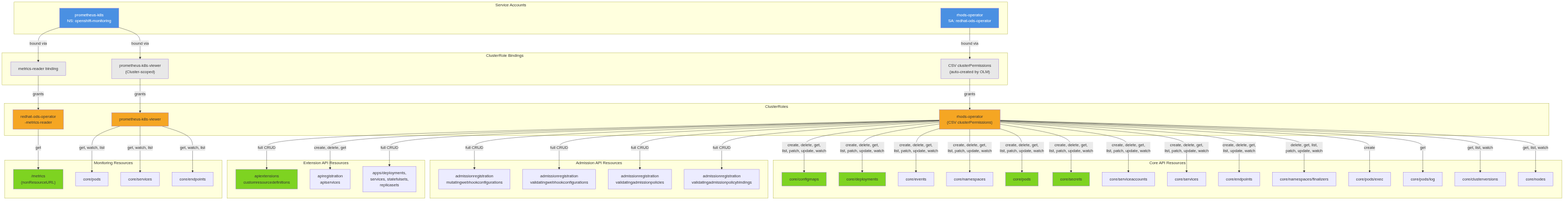
This is architecture/rhoai-3.4-ea.2/diagrams/rhoai-build-config-rbac.png from rhuss/architecture-context, a Mermaid export, as it was before one commit. Its source is kept beside it as architecture/rhoai-3.4-ea.2/diagrams/rhoai-build-config-rbac.mmd. The source it was exported from:
```mermaid

graph TD
    subgraph ServiceAccounts["Service Accounts"]
        SA_Operator["rhods-operator<br/>SA: redhat-ods-operator"]
        SA_Prometheus["prometheus-k8s<br/>NS: openshift-monitoring"]
    end

    subgraph ClusterRoleBindings["ClusterRole Bindings"]
        CRB_CSV["CSV clusterPermissions<br/>(auto-created by OLM)"]
        CRB_Prometheus["prometheus-k8s-viewer<br/>(Cluster-scoped)"]
        CRB_Metrics["metrics-reader binding"]
    end

    subgraph ClusterRoles["ClusterRoles"]
        CR_Operator["rhods-operator<br/>(CSV clusterPermissions)"]
        CR_PrometheusViewer["prometheus-k8s-viewer"]
        CR_MetricsReader["redhat-ods-operator<br/>-metrics-reader"]
    end

    subgraph CoreResources["Core API Resources"]
        ConfigMaps["core/configmaps"]
        Deployments_Core["core/deployments"]
        Events["core/events"]
        Namespaces["core/namespaces"]
        Pods["core/pods"]
        Secrets["core/secrets"]
        ServiceAccounts_Res["core/serviceaccounts"]
        Services_Res["core/services"]
        Endpoints["core/endpoints"]
        NSFinalizers["core/namespaces/finalizers"]
        PodsExec["core/pods/exec"]
        PodsLog["core/pods/log"]
        ClusterVersions["core/clusterversions"]
        Nodes["core/nodes"]
    end

    subgraph AdmissionResources["Admission API Resources"]
        MutatingWH["admissionregistration<br/>mutatingwebhookconfigurations"]
        ValidatingWH["admissionregistration<br/>validatingwebhookconfigurations"]
        ValidatingAP["admissionregistration<br/>validatingadmissionpolicies"]
        ValidatingAPB["admissionregistration<br/>validatingadmissionpolicybindings"]
    end

    subgraph ExtensionResources["Extension API Resources"]
        CRDRes["apiextensions<br/>customresourcedefinitions"]
        APIServices["apiregistration<br/>apiservices"]
        AppsDeployments["apps/deployments,<br/>services, statefulsets,<br/>replicasets"]
    end

    subgraph MonitoringResources["Monitoring Resources"]
        MetricsEndpoint["/metrics<br/>(nonResourceURL)"]
        MonPods["core/pods"]
        MonServices["core/services"]
        MonEndpoints["core/endpoints"]
    end

    SA_Operator -->|"bound via"| CRB_CSV
    CRB_CSV -->|"grants"| CR_Operator

    CR_Operator -->|"create, delete, get,<br/>list, patch, update, watch"| ConfigMaps
    CR_Operator -->|"create, delete, get,<br/>list, patch, update, watch"| Deployments_Core
    CR_Operator -->|"create, delete, get,<br/>list, patch, update, watch"| Events
    CR_Operator -->|"create, delete, get,<br/>list, patch, update, watch"| Namespaces
    CR_Operator -->|"create, delete, get,<br/>list, patch, update, watch"| Pods
    CR_Operator -->|"create, delete, get,<br/>list, patch, update, watch"| Secrets
    CR_Operator -->|"create, delete, get,<br/>list, patch, update, watch"| ServiceAccounts_Res
    CR_Operator -->|"create, delete, get,<br/>list, patch, update, watch"| Services_Res

    CR_Operator -->|"get, list, watch"| ClusterVersions
    CR_Operator -->|"get, list, watch"| Nodes
    CR_Operator -->|"create, delete, get,<br/>list, update, watch"| Endpoints
    CR_Operator -->|"delete, get, list,<br/>patch, update, watch"| NSFinalizers
    CR_Operator -->|"create"| PodsExec
    CR_Operator -->|"get"| PodsLog

    CR_Operator -->|"full CRUD"| MutatingWH
    CR_Operator -->|"full CRUD"| ValidatingWH
    CR_Operator -->|"full CRUD"| ValidatingAP
    CR_Operator -->|"full CRUD"| ValidatingAPB

    CR_Operator -->|"full CRUD"| CRDRes
    CR_Operator -->|"create, delete, get"| APIServices
    CR_Operator -->|"full CRUD"| AppsDeployments

    SA_Prometheus -->|"bound via"| CRB_Prometheus
    CRB_Prometheus -->|"grants"| CR_PrometheusViewer
    CR_PrometheusViewer -->|"get, watch, list"| MonPods
    CR_PrometheusViewer -->|"get, watch, list"| MonServices
    CR_PrometheusViewer -->|"get, watch, list"| MonEndpoints

    SA_Prometheus -->|"bound via"| CRB_Metrics
    CRB_Metrics -->|"grants"| CR_MetricsReader
    CR_MetricsReader -->|"get"| MetricsEndpoint

    style SA_Operator fill:#4a90e2,color:#fff
    style SA_Prometheus fill:#4a90e2,color:#fff
    style CR_Operator fill:#f5a623
    style CR_PrometheusViewer fill:#f5a623
    style CR_MetricsReader fill:#f5a623
    style CRB_CSV fill:#e8e8e8
    style CRB_Prometheus fill:#e8e8e8
    style CRB_Metrics fill:#e8e8e8
    style ConfigMaps fill:#7ed321
    style Deployments_Core fill:#7ed321
    style Pods fill:#7ed321
    style Secrets fill:#7ed321
    style CRDRes fill:#7ed321
    style MetricsEndpoint fill:#7ed321
```
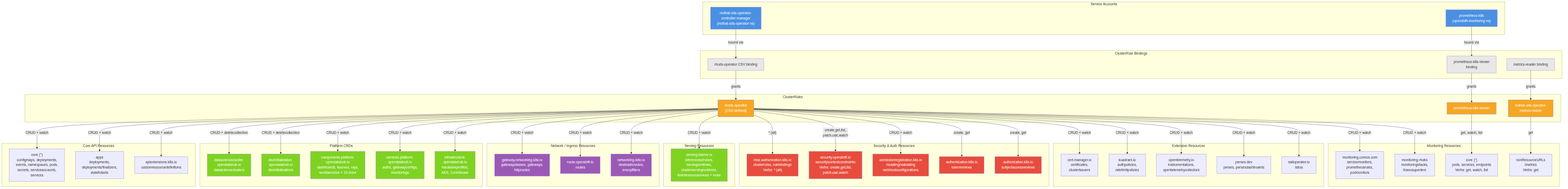
After the change.

Change to the diagram source:
```diff
@@ -1,108 +1,123 @@
 
 graph TD
     subgraph ServiceAccounts["Service Accounts"]
-        SA_Operator["rhods-operator<br/>SA: redhat-ods-operator"]
-        SA_Prometheus["prometheus-k8s<br/>NS: openshift-monitoring"]
+        SA_Operator["redhat-ods-operator-<br/>controller-manager<br/>(redhat-ods-operator ns)"]
+        SA_Prometheus["prometheus-k8s<br/>(openshift-monitoring ns)"]
     end
 
     subgraph ClusterRoleBindings["ClusterRole Bindings"]
-        CRB_CSV["CSV clusterPermissions<br/>(auto-created by OLM)"]
-        CRB_Prometheus["prometheus-k8s-viewer<br/>(Cluster-scoped)"]
+        CRB_Operator["rhods-operator CSV binding"]
+        CRB_Prometheus["prometheus-k8s-viewer<br/>binding"]
         CRB_Metrics["metrics-reader binding"]
     end
 
     subgraph ClusterRoles["ClusterRoles"]
-        CR_Operator["rhods-operator<br/>(CSV clusterPermissions)"]
+        CR_Operator["rhods-operator<br/>(CSV-defined)"]
         CR_PrometheusViewer["prometheus-k8s-viewer"]
-        CR_MetricsReader["redhat-ods-operator<br/>-metrics-reader"]
+        CR_MetricsReader["redhat-ods-operator-<br/>metrics-reader"]
     end
 
     subgraph CoreResources["Core API Resources"]
-        ConfigMaps["core/configmaps"]
-        Deployments_Core["core/deployments"]
-        Events["core/events"]
-        Namespaces["core/namespaces"]
-        Pods["core/pods"]
-        Secrets["core/secrets"]
-        ServiceAccounts_Res["core/serviceaccounts"]
-        Services_Res["core/services"]
-        Endpoints["core/endpoints"]
-        NSFinalizers["core/namespaces/finalizers"]
-        PodsExec["core/pods/exec"]
-        PodsLog["core/pods/log"]
-        ClusterVersions["core/clusterversions"]
-        Nodes["core/nodes"]
+        Core["core ('')<br/>configmaps, deployments,<br/>events, namespaces, pods,<br/>secrets, serviceaccounts,<br/>services"]
+        Apps["apps<br/>deployments,<br/>deployments/finalizers,<br/>statefulsets"]
+        ApiExt["apiextensions.k8s.io<br/>customresourcedefinitions"]
     end
 
-    subgraph AdmissionResources["Admission API Resources"]
-        MutatingWH["admissionregistration<br/>mutatingwebhookconfigurations"]
-        ValidatingWH["admissionregistration<br/>validatingwebhookconfigurations"]
-        ValidatingAP["admissionregistration<br/>validatingadmissionpolicies"]
-        ValidatingAPB["admissionregistration<br/>validatingadmissionpolicybindings"]
+    subgraph PlatformCRDs["Platform CRDs"]
+        DSC["datasciencecluster.<br/>opendatahub.io<br/>datascienceclusters"]
+        DSCI["dscinitialization.<br/>opendatahub.io<br/>dscinitializations"]
+        Components["components.platform.<br/>opendatahub.io<br/>dashboards, kserves, rays,<br/>workbenches + 13 more"]
+        Services["services.platform.<br/>opendatahub.io<br/>auths, gatewayconfigs,<br/>monitorings"]
+        Infra["infrastructure.<br/>opendatahub.io<br/>hardwareprofiles,<br/>AKS, CoreWeave"]
     end
 
-    subgraph ExtensionResources["Extension API Resources"]
-        CRDRes["apiextensions<br/>customresourcedefinitions"]
-        APIServices["apiregistration<br/>apiservices"]
-        AppsDeployments["apps/deployments,<br/>services, statefulsets,<br/>replicasets"]
+    subgraph NetworkResources["Network / Ingress Resources"]
+        Gateway["gateway.networking.k8s.io<br/>gatewayclasses, gateways,<br/>httproutes"]
+        Routes["route.openshift.io<br/>routes"]
+        Istio["networking.istio.io<br/>destinationrules,<br/>envoyfilters"]
+    end
+
+    subgraph ServingResources["Serving Resources"]
+        KServe["serving.kserve.io<br/>inferenceservices,<br/>servingruntimes,<br/>clusterservingruntimes,<br/>llminferenceservices + more"]
+    end
+
+    subgraph SecurityResources["Security & Auth Resources"]
+        RBAC_Res["rbac.authorization.k8s.io<br/>clusterroles, rolebindings<br/>Verbs: * (all)"]
+        SCC["security.openshift.io<br/>securitycontextconstraints<br/>Verbs: create,get,list,<br/>patch,use,watch"]
+        AdmissionReg["admissionregistration.k8s.io<br/>mutating/validating<br/>webhookconfigurations"]
+        TokenReview["authentication.k8s.io<br/>tokenreviews"]
+        SAR["authorization.k8s.io<br/>subjectaccessreviews"]
     end
 
     subgraph MonitoringResources["Monitoring Resources"]
-        MetricsEndpoint["/metrics<br/>(nonResourceURL)"]
-        MonPods["core/pods"]
-        MonServices["core/services"]
-        MonEndpoints["core/endpoints"]
+        Monitoring["monitoring.coreos.com<br/>servicemonitors,<br/>prometheusrules,<br/>podmonitors"]
+        MonRhobs["monitoring.rhobs<br/>monitoringstacks,<br/>thanosqueriers"]
+        PrometheusRes["core ('')<br/>pods, services, endpoints<br/>Verbs: get, watch, list"]
+        MetricsURL["nonResourceURLs<br/>/metrics<br/>Verbs: get"]
     end
 
-    SA_Operator -->|"bound via"| CRB_CSV
-    CRB_CSV -->|"grants"| CR_Operator
+    subgraph ExtensionResources["Extension Resources"]
+        CertManager["cert-manager.io<br/>certificates,<br/>clusterissuers"]
+        Kuadrant["kuadrant.io<br/>authpolicies,<br/>ratelimitpolicies"]
+        OTel["opentelemetry.io<br/>instrumentations,<br/>opentelemetrycollectors"]
+        Perses["perses.dev<br/>perses, persesdashboards"]
+        Sail["sailoperator.io<br/>istios"]
+    end
 
-    CR_Operator -->|"create, delete, get,<br/>list, patch, update, watch"| ConfigMaps
-    CR_Operator -->|"create, delete, get,<br/>list, patch, update, watch"| Deployments_Core
-    CR_Operator -->|"create, delete, get,<br/>list, patch, update, watch"| Events
-    CR_Operator -->|"create, delete, get,<br/>list, patch, update, watch"| Namespaces
-    CR_Operator -->|"create, delete, get,<br/>list, patch, update, watch"| Pods
-    CR_Operator -->|"create, delete, get,<br/>list, patch, update, watch"| Secrets
-    CR_Operator -->|"create, delete, get,<br/>list, patch, update, watch"| ServiceAccounts_Res
-    CR_Operator -->|"create, delete, get,<br/>list, patch, update, watch"| Services_Res
+    SA_Operator -->|"bound via"| CRB_Operator
+    CRB_Operator -->|"grants"| CR_Operator
 
-    CR_Operator -->|"get, list, watch"| ClusterVersions
-    CR_Operator -->|"get, list, watch"| Nodes
-    CR_Operator -->|"create, delete, get,<br/>list, update, watch"| Endpoints
-    CR_Operator -->|"delete, get, list,<br/>patch, update, watch"| NSFinalizers
-    CR_Operator -->|"create"| PodsExec
-    CR_Operator -->|"get"| PodsLog
-
-    CR_Operator -->|"full CRUD"| MutatingWH
-    CR_Operator -->|"full CRUD"| ValidatingWH
-    CR_Operator -->|"full CRUD"| ValidatingAP
-    CR_Operator -->|"full CRUD"| ValidatingAPB
-
-    CR_Operator -->|"full CRUD"| CRDRes
-    CR_Operator -->|"create, delete, get"| APIServices
-    CR_Operator -->|"full CRUD"| AppsDeployments
+    CR_Operator -->|"CRUD + watch"| Core
+    CR_Operator -->|"CRUD + watch"| Apps
+    CR_Operator -->|"CRUD + watch"| ApiExt
+    CR_Operator -->|"CRUD + deletecollection"| DSC
+    CR_Operator -->|"CRUD + deletecollection"| DSCI
+    CR_Operator -->|"CRUD + watch"| Components
+    CR_Operator -->|"CRUD + watch"| Services
+    CR_Operator -->|"CRUD + watch"| Infra
+    CR_Operator -->|"CRUD + watch"| Gateway
+    CR_Operator -->|"CRUD + watch"| Routes
+    CR_Operator -->|"CRUD + watch"| Istio
+    CR_Operator -->|"CRUD + watch"| KServe
+    CR_Operator -->|"* (all)"| RBAC_Res
+    CR_Operator -->|"create,get,list,<br/>patch,use,watch"| SCC
+    CR_Operator -->|"CRUD + watch"| AdmissionReg
+    CR_Operator -->|"create, get"| TokenReview
+    CR_Operator -->|"create, get"| SAR
+    CR_Operator -->|"CRUD + watch"| Monitoring
+    CR_Operator -->|"CRUD + watch"| MonRhobs
+    CR_Operator -->|"CRUD + watch"| CertManager
+    CR_Operator -->|"CRUD + watch"| Kuadrant
+    CR_Operator -->|"CRUD + watch"| OTel
+    CR_Operator -->|"CRUD + watch"| Perses
+    CR_Operator -->|"CRUD + watch"| Sail
 
     SA_Prometheus -->|"bound via"| CRB_Prometheus
     CRB_Prometheus -->|"grants"| CR_PrometheusViewer
-    CR_PrometheusViewer -->|"get, watch, list"| MonPods
-    CR_PrometheusViewer -->|"get, watch, list"| MonServices
-    CR_PrometheusViewer -->|"get, watch, list"| MonEndpoints
+    CR_PrometheusViewer -->|"get, watch, list"| PrometheusRes
 
-    SA_Prometheus -->|"bound via"| CRB_Metrics
     CRB_Metrics -->|"grants"| CR_MetricsReader
-    CR_MetricsReader -->|"get"| MetricsEndpoint
+    CR_MetricsReader -->|"get"| MetricsURL
 
     style SA_Operator fill:#4a90e2,color:#fff
     style SA_Prometheus fill:#4a90e2,color:#fff
-    style CR_Operator fill:#f5a623
-    style CR_PrometheusViewer fill:#f5a623
-    style CR_MetricsReader fill:#f5a623
-    style CRB_CSV fill:#e8e8e8
+    style CR_Operator fill:#f5a623,color:#fff
+    style CR_PrometheusViewer fill:#f5a623,color:#fff
+    style CR_MetricsReader fill:#f5a623,color:#fff
+    style CRB_Operator fill:#e8e8e8
     style CRB_Prometheus fill:#e8e8e8
     style CRB_Metrics fill:#e8e8e8
-    style ConfigMaps fill:#7ed321
-    style Deployments_Core fill:#7ed321
-    style Pods fill:#7ed321
-    style Secrets fill:#7ed321
-    style CRDRes fill:#7ed321
-    style MetricsEndpoint fill:#7ed321
+    style DSC fill:#7ed321,color:#fff
+    style DSCI fill:#7ed321,color:#fff
+    style Components fill:#7ed321,color:#fff
+    style Services fill:#7ed321,color:#fff
+    style Infra fill:#7ed321,color:#fff
+    style KServe fill:#7ed321,color:#fff
+    style Gateway fill:#9b59b6,color:#fff
+    style Routes fill:#9b59b6,color:#fff
+    style Istio fill:#9b59b6,color:#fff
+    style RBAC_Res fill:#e74c3c,color:#fff
+    style SCC fill:#e74c3c,color:#fff
+    style AdmissionReg fill:#e74c3c,color:#fff
+    style TokenReview fill:#e74c3c,color:#fff
+    style SAR fill:#e74c3c,color:#fff
```
